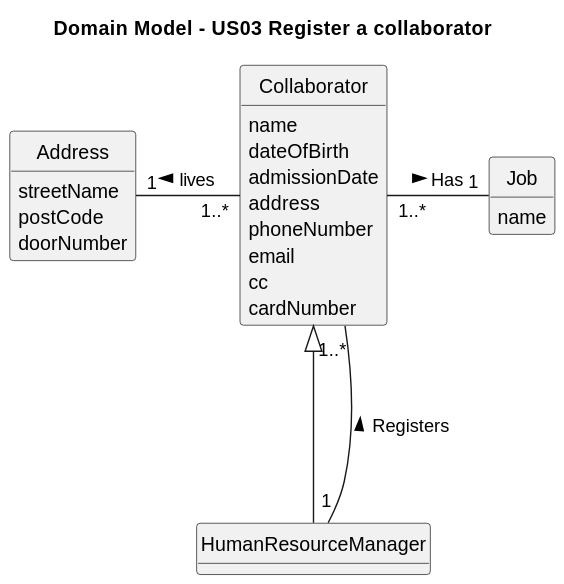
Before: docs/sprint2/us03/02.analysis/svg/us03-domain-model.svg, a diagram exported from PlantUML (Departamento-de-Engenharia-Informatica/lei-24-s2-1db-g022). Source of this version:
```plantuml
@startuml
skinparam monochrome true
skinparam packageStyle rectangle
skinparam shadowing false
skinparam classAttributeIconSize 0
hide circle
hide methods

title Domain Model - US03 Register a collaborator

class HumanResourceManager {
}

class Collaborator {
    name
    dateOfBirth
    admissionDate
    address
    phoneNumber
    email
    cc
    cardNumber
}

class Job{
    name
}

class Address{
    streetName
    postCode
    doorNumber
}

Collaborator  <|---  HumanResourceManager
HumanResourceManager "1" --- "1..*" Collaborator : Registers >
Collaborator "1..*" - "1" Job : Has >
Address "1" - "1..*" Collaborator : < lives
@enduml
```
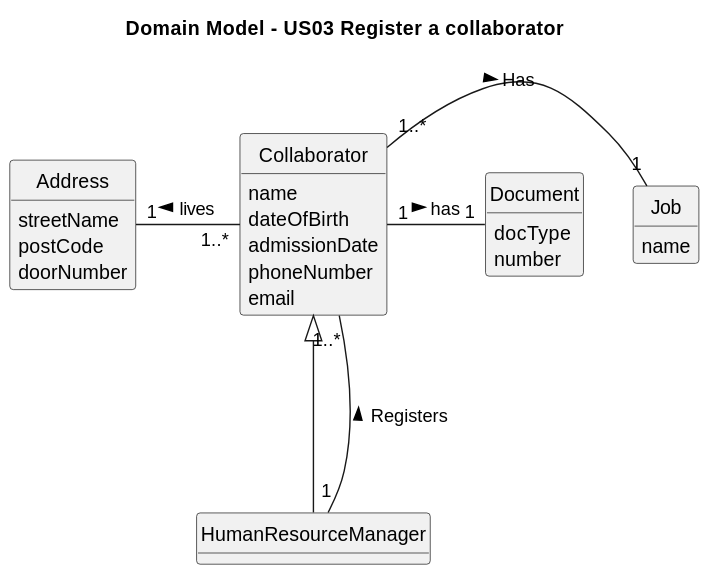
After the commit.

What changed in the source:
```diff
@@ -15,11 +15,8 @@
     name
     dateOfBirth
     admissionDate
-    address
     phoneNumber
     email
-    cc
-    cardNumber
 }
 
 class Job{
@@ -32,8 +29,14 @@
     doorNumber
 }
 
+class Document{
+    docType
+    number
+}
+
 Collaborator  <|---  HumanResourceManager
 HumanResourceManager "1" --- "1..*" Collaborator : Registers >
 Collaborator "1..*" - "1" Job : Has >
 Address "1" - "1..*" Collaborator : < lives
+Collaborator "1" - "1" Document : has >
 @enduml
```
